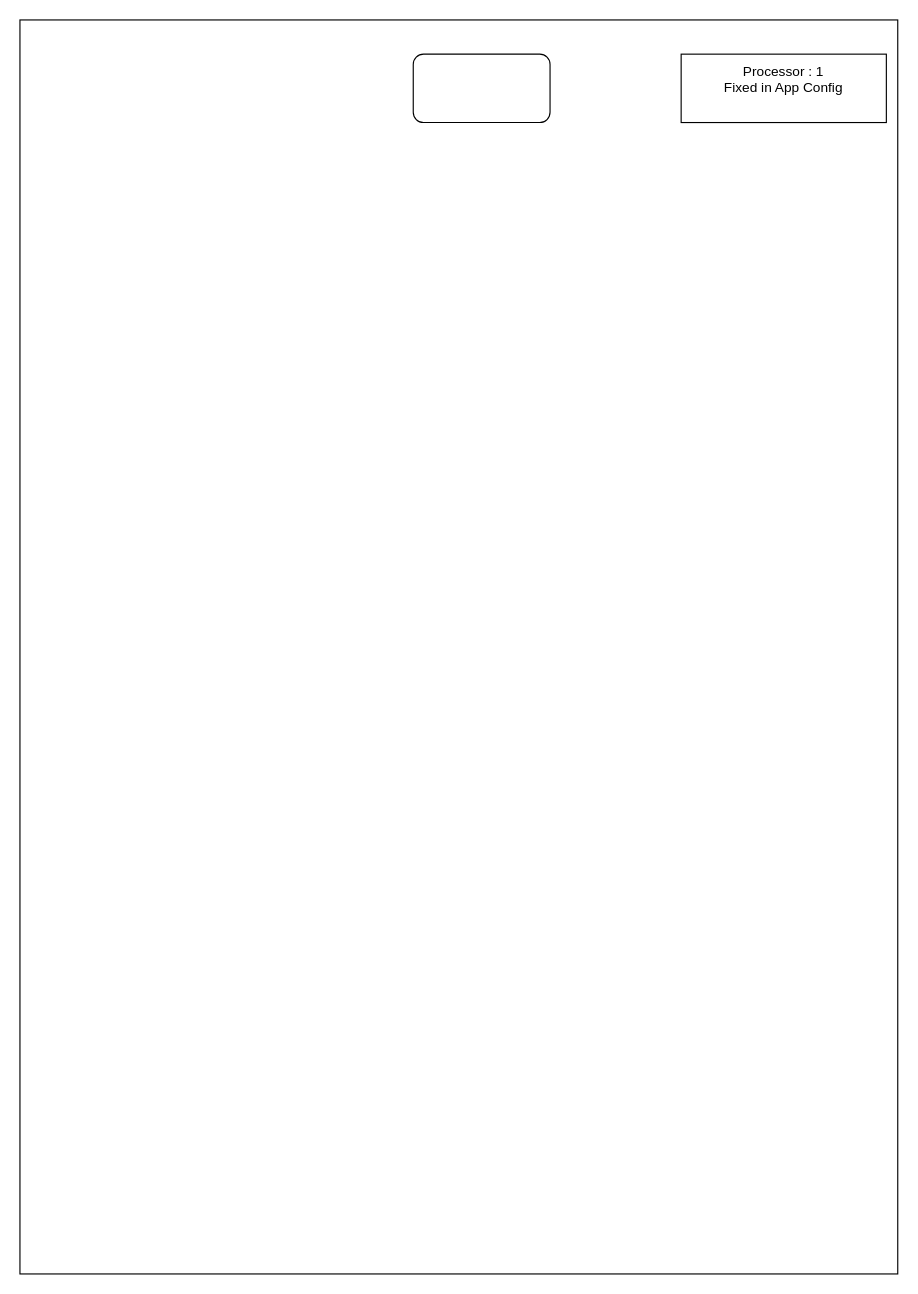
The draw.io diagram ProjectCS/CoreScheduler.drawio in vaibhavshukla-d/diagramHolder, before the edit. Source tidied: cells renumbered, new cells numbered last; positions are measured from the earlier drawing's top-left corner, leaving out a move shared by most shapes. Both pictures are drawn from the tidied source at 114%, with x=0, y=0 at pixel (19, 19).
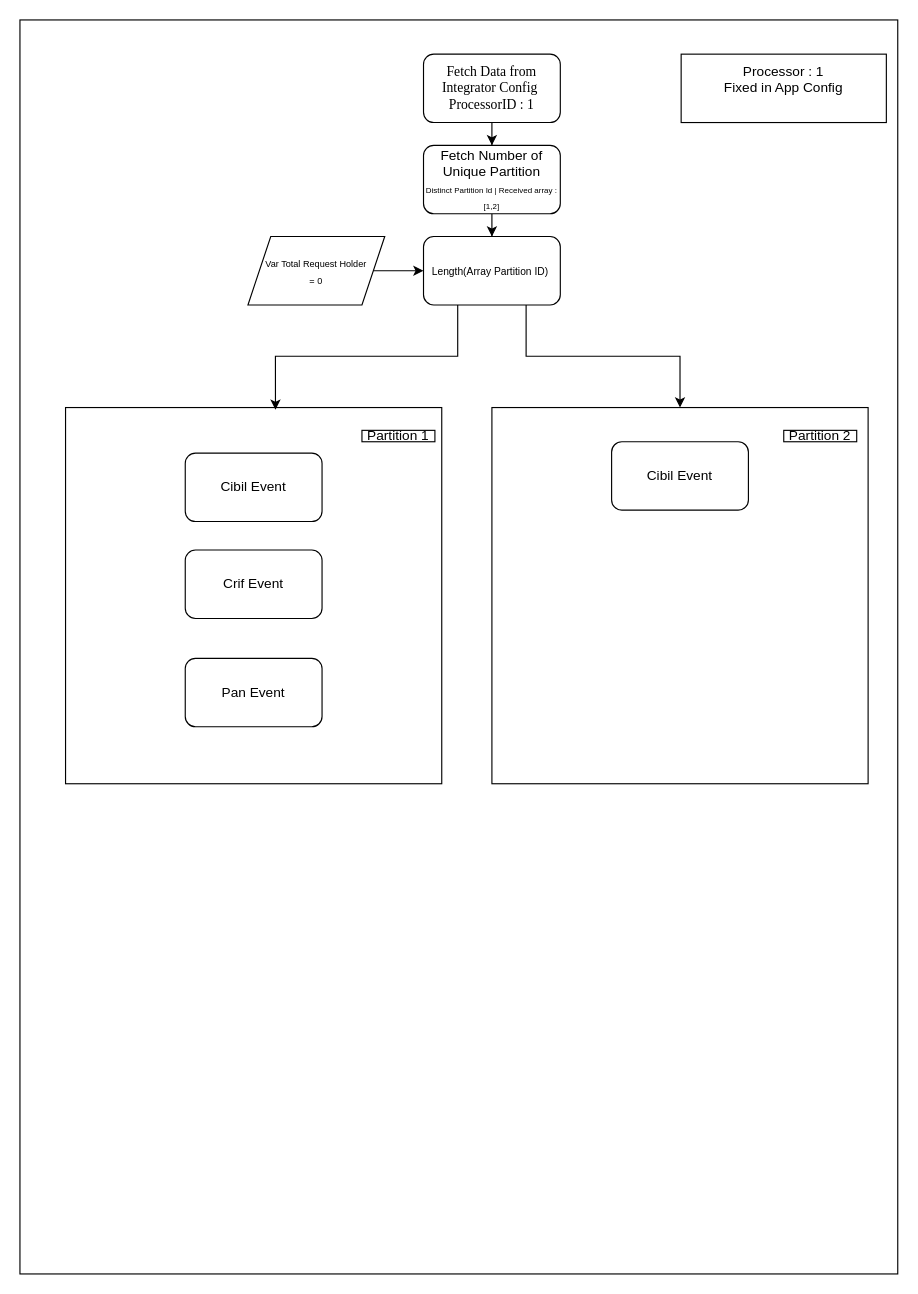
After the change.

Diff of the diagram source:
```diff
@@
+    <mxCell id="5" style="edgeStyle=orthogonalEdgeStyle;rounded=0;jettySize=auto;html=1;" parent="1" edge="1" source="3" target="7">
+      <mxGeometry relative="1" as="geometry" />
+    </mxCell>
-    <mxCell id="3" style="rounded=1;whiteSpace=wrap;html=1;fontFamily=Times New Roman;" parent="1" vertex="1">
-      <mxGeometry x="345" y="30" width="120" height="60" as="geometry" />
+    <mxCell id="3" value="Fetch Data from Integrator Config&amp;nbsp;&lt;br&gt;ProcessorID : 1" style="rounded=1;whiteSpace=wrap;html=1;fontFamily=Times New Roman;" parent="1" vertex="1">
+      <mxGeometry x="354" y="30" width="120" height="60" as="geometry" />
     </mxCell>
@@
+    <mxCell id="6" style="edgeStyle=orthogonalEdgeStyle;rounded=0;jettySize=auto;html=1;" parent="1" edge="1" source="7" target="9">
+      <mxGeometry relative="1" as="geometry" />
+    </mxCell>
+    <mxCell id="7" value="Fetch Number of Unique Partition&lt;div style=&quot;&quot;&gt;&lt;span style=&quot;font-size: 7px;&quot;&gt;Distinct Partition Id | Received array :[1,2]&lt;/span&gt;&lt;/div&gt;" style="rounded=1;whiteSpace=wrap;html=1;" parent="1" vertex="1">
+      <mxGeometry x="354" y="110" width="120" height="60" as="geometry" />
+    </mxCell>
+    <mxCell id="8" style="edgeStyle=orthogonalEdgeStyle;rounded=0;jettySize=auto;html=1;exitX=0.75;exitY=1;exitDx=0;exitDy=0;" parent="1" edge="1" source="9" target="14">
+      <mxGeometry relative="1" as="geometry" />
+    </mxCell>
+    <mxCell id="9" value="&lt;font style=&quot;font-size: 9px;&quot;&gt;Length(Array Partition ID)&amp;nbsp;&lt;/font&gt;" style="rounded=1;whiteSpace=wrap;html=1;" parent="1" vertex="1">
+      <mxGeometry x="354" y="190" width="120" height="60" as="geometry" />
+    </mxCell>
+    <mxCell id="10" style="edgeStyle=orthogonalEdgeStyle;rounded=0;jettySize=auto;html=1;" parent="1" edge="1" source="11" target="9">
+      <mxGeometry relative="1" as="geometry" />
+    </mxCell>
+    <mxCell id="11" value="&lt;font style=&quot;font-size: 8px;&quot;&gt;Var Total Request Holder&lt;br&gt;= 0&lt;/font&gt;" style="shape=parallelogram;perimeter=parallelogramPerimeter;whiteSpace=wrap;html=1;fixedSize=1;" parent="1" vertex="1">
+      <mxGeometry x="200" y="190" width="120" height="60" as="geometry" />
+    </mxCell>
+    <mxCell id="12" style="whiteSpace=wrap;html=1;" parent="1" vertex="1">
+      <mxGeometry x="40" y="340" width="330" height="330" as="geometry" />
+    </mxCell>
+    <mxCell id="13" value="Partition 1" style="rounded=0;whiteSpace=wrap;html=1;" parent="1" vertex="1">
+      <mxGeometry x="300" y="360" width="64" height="10" as="geometry" />
+    </mxCell>
+    <mxCell id="14" style="whiteSpace=wrap;html=1;" parent="1" vertex="1">
+      <mxGeometry x="414" y="340" width="330" height="330" as="geometry" />
+    </mxCell>
+    <mxCell id="15" style="edgeStyle=orthogonalEdgeStyle;rounded=0;jettySize=auto;html=1;exitX=0.25;exitY=1;exitDx=0;exitDy=0;entryX=0.558;entryY=0.006;entryDx=0;entryDy=0;entryPerimeter=0;" parent="1" edge="1" source="9" target="12">
+      <mxGeometry relative="1" as="geometry" />
+    </mxCell>
+    <mxCell id="16" value="Cibil Event" style="rounded=1;whiteSpace=wrap;html=1;" parent="1" vertex="1">
+      <mxGeometry x="145" y="380" width="120" height="60" as="geometry" />
+    </mxCell>
+    <mxCell id="17" value="Partition 2" style="rounded=0;whiteSpace=wrap;html=1;" parent="1" vertex="1">
+      <mxGeometry x="670" y="360" width="64" height="10" as="geometry" />
+    </mxCell>
+    <mxCell id="18" value="Crif Event" style="rounded=1;whiteSpace=wrap;html=1;" parent="1" vertex="1">
+      <mxGeometry x="145" y="465" width="120" height="60" as="geometry" />
+    </mxCell>
+    <mxCell id="19" value="Pan Event" style="rounded=1;whiteSpace=wrap;html=1;" parent="1" vertex="1">
+      <mxGeometry x="145" y="560" width="120" height="60" as="geometry" />
+    </mxCell>
+    <mxCell id="20" value="Cibil Event" style="rounded=1;whiteSpace=wrap;html=1;" parent="1" vertex="1">
+      <mxGeometry x="519" y="370" width="120" height="60" as="geometry" />
+    </mxCell>
```
